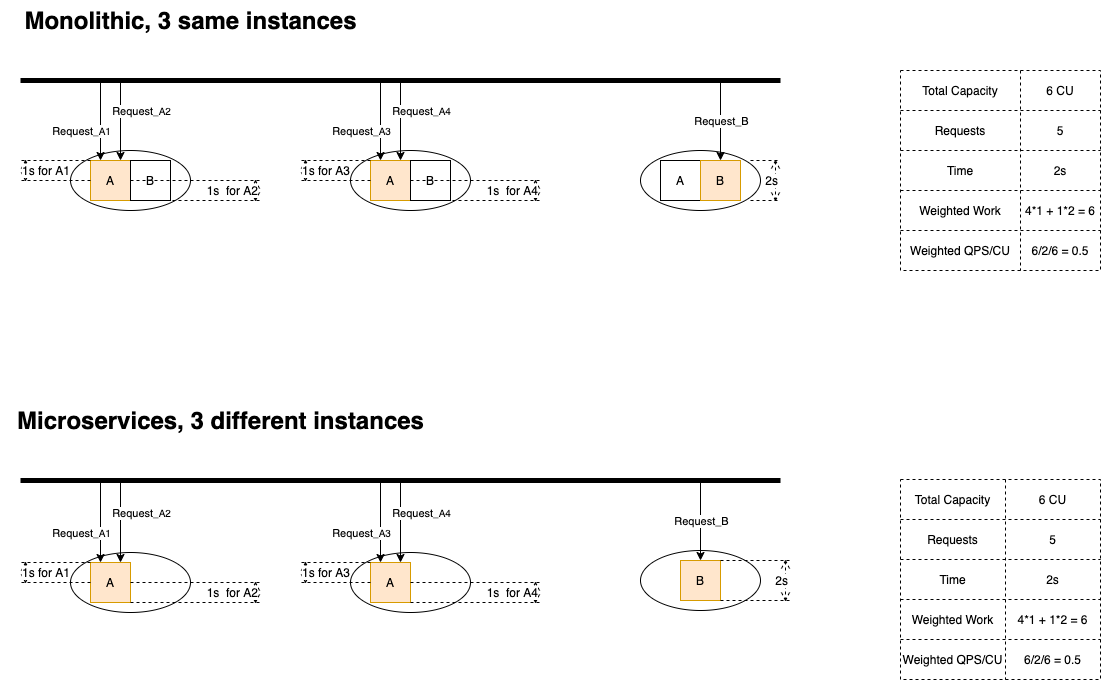
chenjianjx/cjx-diagrams keeps this draw.io diagram as 2021-11-how-independent-scaling-helps-with-performance/no-dep/no-dep-4v1.drawio.png. Above is the earlier version. Source tidied: cells renumbered, new cells last; positions are measured from the earlier drawing's top-left corner, leaving out a move shared by most shapes.
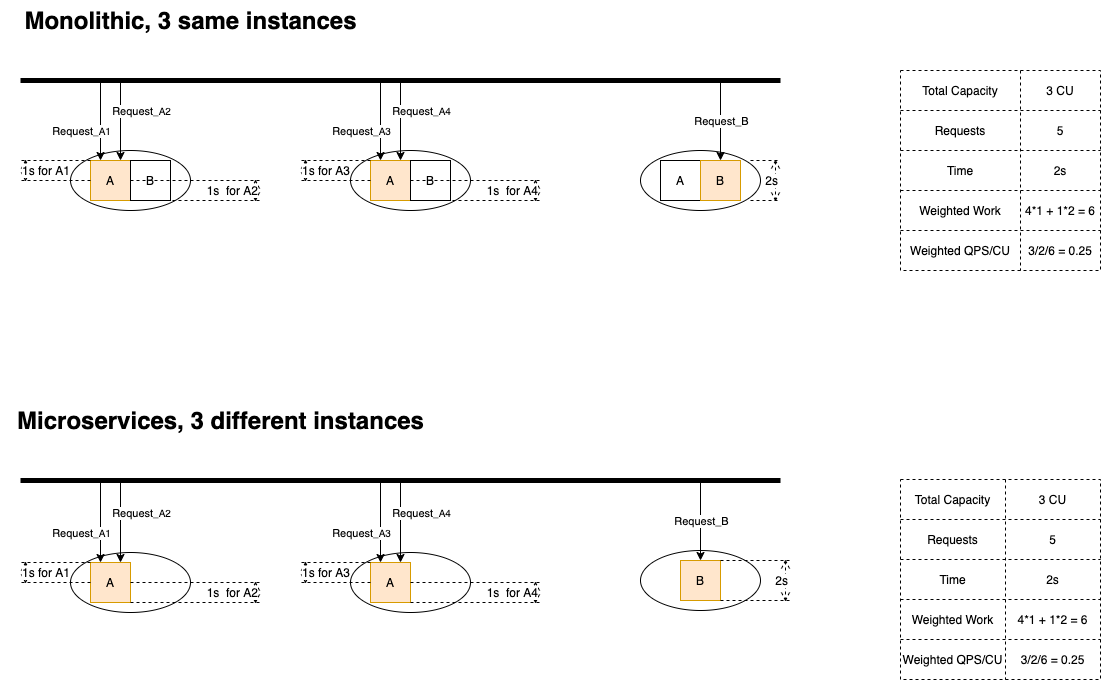
After the change.

Commit message:
no-dep - fix a mis calculation

The edit, as a diff of the source:
```diff
@@ -45,7 +45,7 @@
     <mxCell id="12" value="Total Capacity" style="shape=partialRectangle;html=1;whiteSpace=wrap;fillColor=none;top=0;left=0;bottom=0;right=0;overflow=hidden;" parent="11" vertex="1">
       <mxGeometry width="120" height="40" as="geometry" />
     </mxCell>
-    <mxCell id="13" value="6 CU" style="shape=partialRectangle;html=1;whiteSpace=wrap;fillColor=none;top=0;left=0;bottom=0;right=0;overflow=hidden;" parent="11" vertex="1">
+    <mxCell id="13" value="3 CU" style="shape=partialRectangle;html=1;whiteSpace=wrap;fillColor=none;top=0;left=0;bottom=0;right=0;overflow=hidden;" parent="11" vertex="1">
       <mxGeometry x="120" width="80" height="40" as="geometry" />
     </mxCell>
     <mxCell id="14" style="shape=partialRectangle;html=1;whiteSpace=wrap;fillColor=none;top=0;left=0;bottom=0;right=0;" parent="10" vertex="1">
@@ -81,7 +81,7 @@
     <mxCell id="24" value="Weighted QPS/CU" style="shape=partialRectangle;html=1;whiteSpace=wrap;fillColor=none;top=0;left=0;bottom=0;right=0;overflow=hidden;" parent="23" vertex="1">
       <mxGeometry width="120" height="40" as="geometry" />
     </mxCell>
-    <mxCell id="25" value="6/2/6 = 0.5" style="shape=partialRectangle;html=1;whiteSpace=wrap;fillColor=none;top=0;left=0;bottom=0;right=0;overflow=hidden;" parent="23" vertex="1">
+    <mxCell id="25" value="3/2/6 = 0.25" style="shape=partialRectangle;html=1;whiteSpace=wrap;fillColor=none;top=0;left=0;bottom=0;right=0;overflow=hidden;" parent="23" vertex="1">
       <mxGeometry x="120" width="80" height="40" as="geometry" />
     </mxCell>
     <mxCell id="26" value="Monolithic, 3 same instances" style="text;strokeColor=none;fillColor=none;html=1;fontSize=24;fontStyle=1;verticalAlign=middle;align=center;dashed=1;" parent="1" vertex="1">
@@ -96,7 +96,7 @@
     <mxCell id="29" value="Total Capacity" style="shape=partialRectangle;html=1;whiteSpace=wrap;fillColor=none;top=0;left=0;bottom=0;right=0;overflow=hidden;" parent="28" vertex="1">
       <mxGeometry width="105" height="40" as="geometry" />
     </mxCell>
-    <mxCell id="30" value="6 CU" style="shape=partialRectangle;html=1;whiteSpace=wrap;fillColor=none;top=0;left=0;bottom=0;right=0;overflow=hidden;" parent="28" vertex="1">
+    <mxCell id="30" value="3 CU" style="shape=partialRectangle;html=1;whiteSpace=wrap;fillColor=none;top=0;left=0;bottom=0;right=0;overflow=hidden;" parent="28" vertex="1">
       <mxGeometry x="105" width="95" height="40" as="geometry" />
     </mxCell>
     <mxCell id="31" style="shape=partialRectangle;html=1;whiteSpace=wrap;fillColor=none;top=0;left=0;bottom=0;right=0;" parent="27" vertex="1">
@@ -132,7 +132,7 @@
     <mxCell id="41" value="Weighted QPS/CU" style="shape=partialRectangle;html=1;whiteSpace=wrap;fillColor=none;top=0;left=0;bottom=0;right=0;overflow=hidden;" parent="40" vertex="1">
       <mxGeometry width="105" height="40" as="geometry" />
     </mxCell>
-    <mxCell id="42" value="6/2/6 = 0.5" style="shape=partialRectangle;html=1;whiteSpace=wrap;fillColor=none;top=0;left=0;bottom=0;right=0;overflow=hidden;" parent="40" vertex="1">
+    <mxCell id="42" value="3/2/6 = 0.25" style="shape=partialRectangle;html=1;whiteSpace=wrap;fillColor=none;top=0;left=0;bottom=0;right=0;overflow=hidden;" parent="40" vertex="1">
       <mxGeometry x="105" width="95" height="40" as="geometry" />
     </mxCell>
     <mxCell id="43" value="Microservices, 3 different instances" style="text;strokeColor=none;fillColor=none;html=1;fontSize=24;fontStyle=1;verticalAlign=middle;align=center;dashed=1;" parent="1" vertex="1">
```
